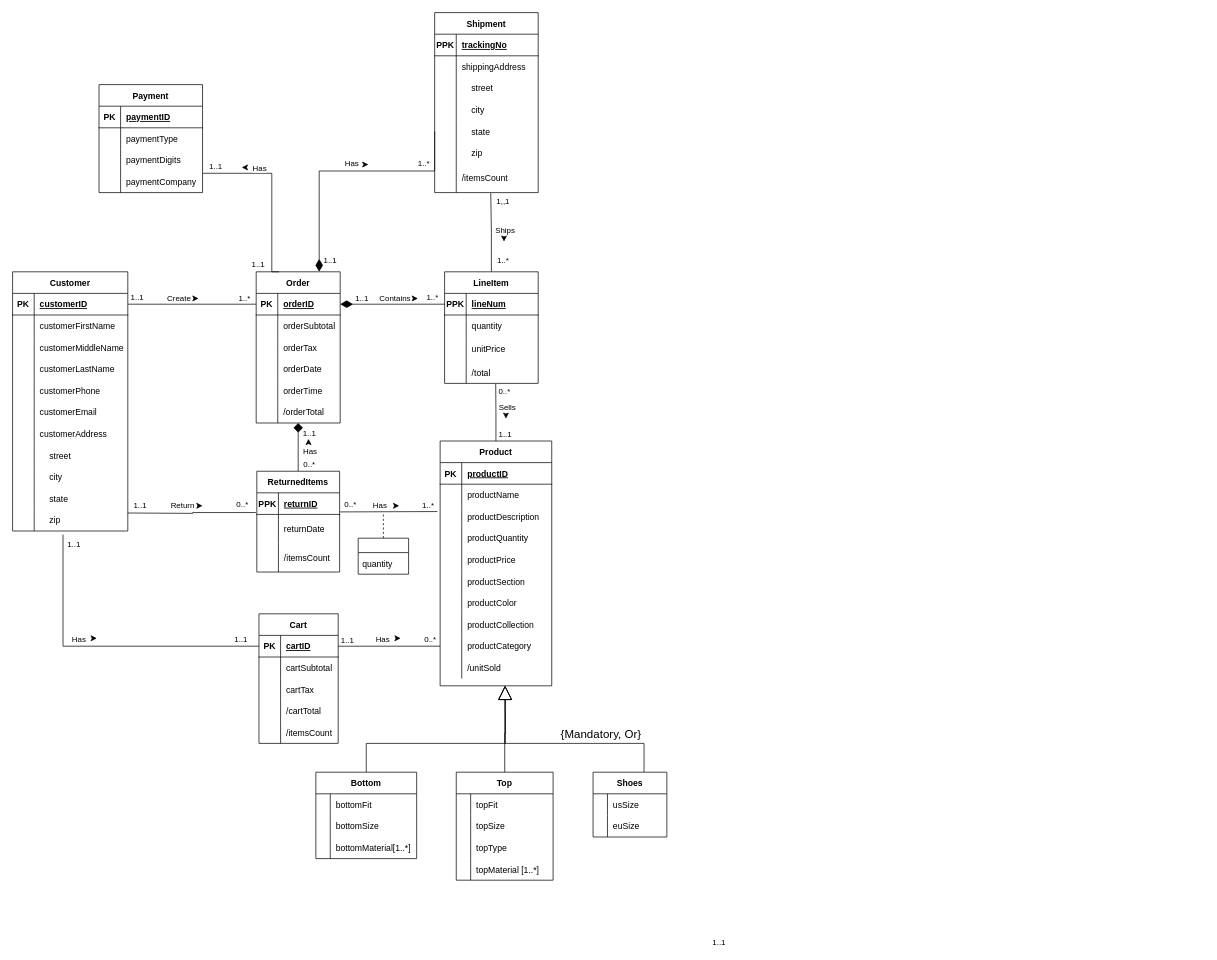
Earlier version of the draw.io diagram ERD/test.drawio (avivfaraj/INFO605-Project). Source tidied: cells renumbered, new cells numbered last; positions are measured from the earlier drawing's top-left corner, leaving out a move shared by most shapes. Both pictures are drawn from the tidied source at 72%, with x=0, y=0 at pixel (12, 12).
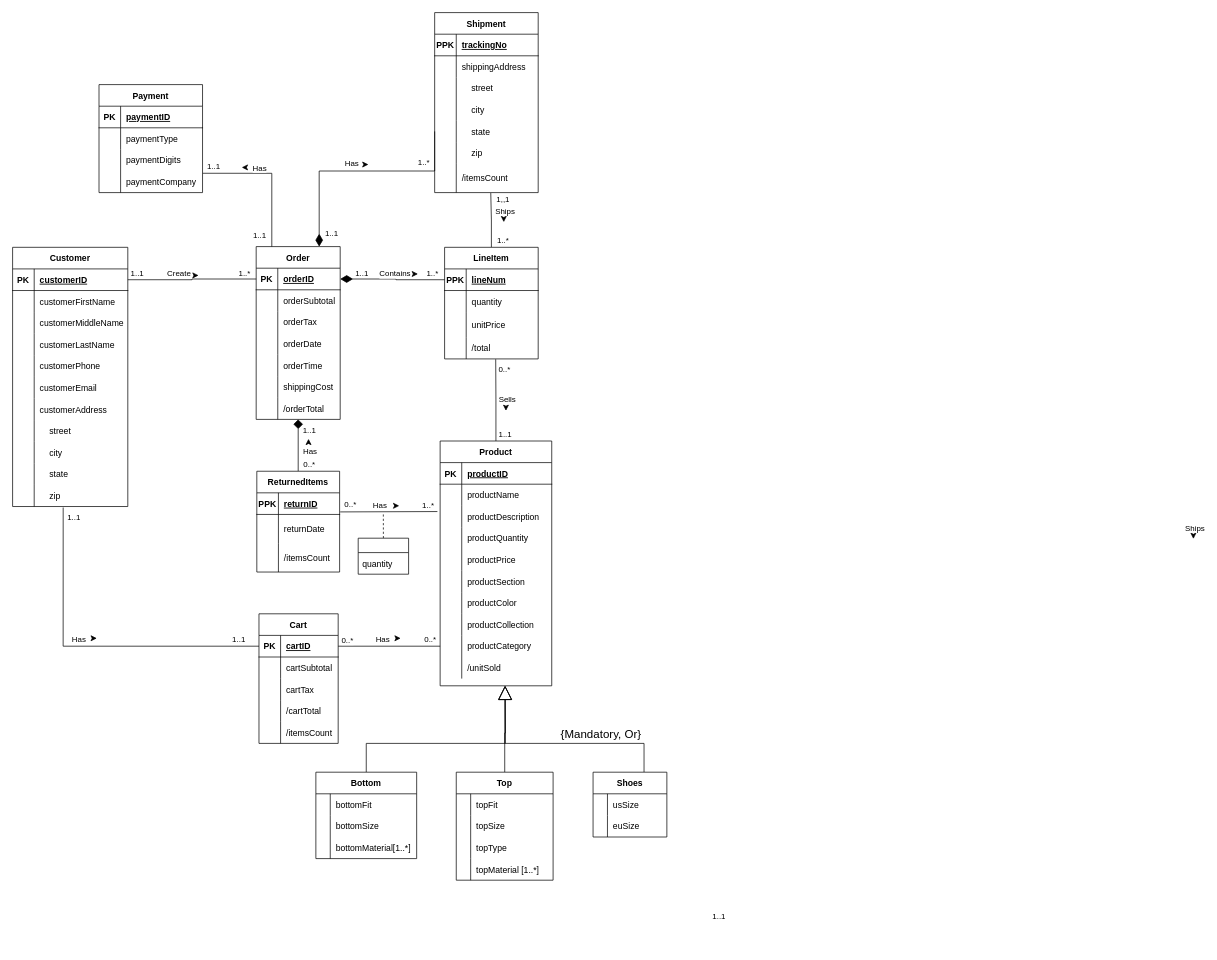
The same diagram, later.

The change refers to these unchanged cells:
```xml
<mxCell id="100" style="shape=tableRow;horizontal=0;startSize=0;swimlaneHead=0;swimlaneBody=0;fillColor=none;points=[[0,0.5],[1,0.5]];portConstraint=eastwest;top=0;left=0;right=0;bottom=0;" parent="69" vertex="1">
  <mxGeometry y="330" width="160" height="30" as="geometry" />
</mxCell>
<mxCell id="103" style="edgeStyle=orthogonalEdgeStyle;rounded=0;jettySize=auto;html=1;exitX=0.75;exitY=0;exitDx=0;exitDy=0;entryX=0;entryY=0.5;entryDx=0;entryDy=0;endArrow=none;endFill=0;startArrow=diamondThin;startFill=1;startSize=15;" parent="1" edge="1" source="106" target="212">
  <mxGeometry relative="1" as="geometry">
    <Array as="points">
      <mxPoint x="426" y="220" />
    </Array>
  </mxGeometry>
</mxCell>
<mxCell id="138" style="shape=tableRow;horizontal=0;startSize=0;swimlaneHead=0;swimlaneBody=0;fillColor=none;points=[[0,0.5],[1,0.5]];portConstraint=eastwest;top=0;left=0;right=0;bottom=0;" parent="128" vertex="1">
  <mxGeometry y="120" width="143.8" height="30" as="geometry" />
</mxCell>
<mxCell id="142" style="shape=tableRow;horizontal=0;startSize=0;swimlaneHead=0;swimlaneBody=0;fillColor=none;points=[[0,0.5],[1,0.5]];portConstraint=eastwest;top=0;left=0;right=0;bottom=1;" parent="141" vertex="1">
  <mxGeometry y="30" width="110" height="30" as="geometry" />
</mxCell>
<mxCell id="192" style="edgeStyle=orthogonalEdgeStyle;rounded=0;jettySize=auto;html=1;exitX=0;exitY=0.5;exitDx=0;exitDy=0;endArrow=none;endFill=0;entryX=1;entryY=0.5;entryDx=0;entryDy=0;" parent="1" edge="1" source="29" target="142">
  <mxGeometry relative="1" as="geometry" />
</mxCell>
<mxCell id="229" style="shape=tableRow;horizontal=0;startSize=0;swimlaneHead=0;swimlaneBody=0;fillColor=none;points=[[0,0.5],[1,0.5]];portConstraint=eastwest;top=0;left=0;right=0;bottom=1;" parent="228" vertex="1">
  <mxGeometry y="30" width="115" height="30" as="geometry" />
</mxCell>
```

The edit, as a diff of the source:
```diff
@@
     <mxCell id="69" value="Customer" style="shape=table;startSize=30;childLayout=tableLayout;rowLines=0;fontStyle=1;align=center;" parent="1" vertex="1">
-      <mxGeometry y="360" width="160" height="360" as="geometry" />
+      <mxGeometry y="326" width="160" height="360" as="geometry" />
     </mxCell>
@@
     <mxCell id="104" value="1..1" style="edgeLabel;html=1;align=center;verticalAlign=middle;" parent="103" vertex="1">
       <mxGeometry x="-0.94" relative="1" as="geometry">
-        <mxPoint x="15" y="-6" as="offset" />
+        <mxPoint x="17" y="-9" as="offset" />
       </mxGeometry>
     </mxCell>
@@
     <mxCell id="106" value="Order" style="shape=table;startSize=30;childLayout=tableLayout;rowLines=0;fontStyle=1;align=center;" parent="1" vertex="1">
-      <mxGeometry x="338.3" y="360" width="116.7" height="210" as="geometry" />
+      <mxGeometry x="338.3" y="325" width="116.7" height="240" as="geometry" />
     </mxCell>
@@
+    <mxCell id="253" style="shape=tableRow;horizontal=0;startSize=0;swimlaneHead=0;swimlaneBody=0;fillColor=none;top=0;left=0;right=0;bottom=0;" parent="106" vertex="1">
+      <mxGeometry y="180" width="116.7" height="30" as="geometry" />
+    </mxCell>
+    <mxCell id="254" style="shape=partialRectangle;fillColor=none;top=0;left=0;bottom=0;right=0;overflow=hidden;" parent="253" vertex="1">
+      <mxGeometry width="30" height="30" as="geometry" />
+    </mxCell>
+    <mxCell id="255" value="shippingCost" style="shape=partialRectangle;fillColor=none;top=0;left=0;bottom=0;right=0;align=left;spacingLeft=6;overflow=hidden;" parent="253" vertex="1">
+      <mxGeometry x="30" width="86.7" height="30" as="geometry" />
+    </mxCell>
     <mxCell id="122" style="shape=tableRow;horizontal=0;startSize=0;swimlaneHead=0;swimlaneBody=0;fillColor=none;top=0;left=0;right=0;bottom=0;" parent="106" vertex="1">
-      <mxGeometry y="180" width="116.7" height="30" as="geometry" />
+      <mxGeometry y="210" width="116.7" height="30" as="geometry" />
     </mxCell>
@@
     <mxCell id="125" style="edgeStyle=orthogonalEdgeStyle;rounded=0;jettySize=auto;html=1;exitX=1.003;exitY=0.105;exitDx=0;exitDy=0;startArrow=none;startFill=0;endArrow=none;endFill=0;startSize=15;endSize=6;targetPerimeterSpacing=0;exitPerimeter=0;" parent="1" edge="1" source="138">
       <mxGeometry relative="1" as="geometry">
-        <mxPoint x="370" y="360" as="targetPoint" />
+        <mxPoint x="360" y="325" as="targetPoint" />
         <Array as="points">
           <mxPoint x="360" y="223" />
-          <mxPoint x="360" y="360" />
         </Array>
       </mxGeometry>
     </mxCell>
     <mxCell id="126" value="1..1" style="edgeLabel;html=1;align=center;verticalAlign=middle;" parent="125" vertex="1">
       <mxGeometry x="0.79" relative="1" as="geometry">
-        <mxPoint x="-20" y="5" as="offset" />
+        <mxPoint x="-18" y="4" as="offset" />
       </mxGeometry>
     </mxCell>
@@
     <mxCell id="160" value="LineItem" style="shape=table;startSize=30;childLayout=tableLayout;rowLines=0;fontStyle=1;align=center;" parent="1" vertex="1">
-      <mxGeometry x="600" y="360" width="130" height="155" as="geometry" />
+      <mxGeometry x="600" y="326" width="130" height="155" as="geometry" />
     </mxCell>
@@
     <mxCell id="176" style="endArrow=classic;html=1;rounded=0;" parent="1" edge="1">
       <mxGeometry relative="1" as="geometry">
-        <mxPoint x="251.3" y="397" as="sourcePoint" />
-        <mxPoint x="258.3" y="397" as="targetPoint" />
+        <mxPoint x="251.3" y="365" as="sourcePoint" />
+        <mxPoint x="258.3" y="365" as="targetPoint" />
       </mxGeometry>
     </mxCell>
     <mxCell id="177" value="Create" style="edgeLabel;html=1;align=center;verticalAlign=middle;" parent="176" vertex="1">
       <mxGeometry x="-0.56" y="1" relative="1" as="geometry">
-        <mxPoint x="-23" as="offset" />
+        <mxPoint x="-23" y="-2" as="offset" />
       </mxGeometry>
     </mxCell>
@@
     <mxCell id="181" style="endArrow=classic;html=1;rounded=0;" parent="1" edge="1">
       <mxGeometry relative="1" as="geometry">
-        <mxPoint x="556" y="397" as="sourcePoint" />
-        <mxPoint x="563" y="397" as="targetPoint" />
+        <mxPoint x="556" y="363" as="sourcePoint" />
+        <mxPoint x="563" y="363" as="targetPoint" />
       </mxGeometry>
     </mxCell>
@@
     <mxCell id="184" style="endArrow=classic;html=1;rounded=0;" parent="1" edge="1">
       <mxGeometry relative="1" as="geometry">
-        <mxPoint x="685.2" y="558" as="sourcePoint" />
-        <mxPoint x="685.2" y="564" as="targetPoint" />
+        <mxPoint x="685.2" y="547" as="sourcePoint" />
+        <mxPoint x="685.2" y="553" as="targetPoint" />
       </mxGeometry>
     </mxCell>
@@
-    <mxCell id="188" style="endArrow=none;html=1;rounded=0;exitX=0.5;exitY=1.133;exitDx=0;exitDy=0;exitPerimeter=0;entryX=0;entryY=0.5;entryDx=0;entryDy=0;edgeStyle=orthogonalEdgeStyle;" parent="1" edge="1" target="142">
+    <mxCell id="188" style="endArrow=none;html=1;rounded=0;exitX=0.439;exitY=1.046;exitDx=0;exitDy=0;exitPerimeter=0;entryX=0;entryY=0.5;entryDx=0;entryDy=0;edgeStyle=orthogonalEdgeStyle;" parent="1" edge="1" source="100" target="142">
       <mxGeometry relative="1" as="geometry">
-        <mxPoint x="70" y="725" as="sourcePoint" />
         <Array as="points">
           <mxPoint x="70" y="880" />
         </Array>
       </mxGeometry>
     </mxCell>
@@
     <mxCell id="191" value="1..1" style="edgeLabel;html=1;align=center;verticalAlign=middle;" parent="188" vertex="1">
       <mxGeometry x="-0.93" relative="1" as="geometry">
-        <mxPoint x="14" y="-2" as="offset" />
+        <mxPoint x="14" y="-3" as="offset" />
       </mxGeometry>
     </mxCell>
@@
-    <mxCell id="193" value="1..1" style="edgeLabel;html=1;align=center;verticalAlign=middle;rotation=0;" parent="192" vertex="1">
+    <mxCell id="193" value="0..*" style="edgeLabel;html=1;align=center;verticalAlign=middle;rotation=0;" parent="192" vertex="1">
       <mxGeometry x="0.94" y="-3" relative="1" as="geometry">
         <mxPoint x="8" y="-6" as="offset" />
       </mxGeometry>
     </mxCell>
@@
     <mxCell id="223" style="endArrow=classic;html=1;rounded=0;" parent="1" edge="1">
       <mxGeometry relative="1" as="geometry">
-        <mxPoint x="682.5" y="312" as="sourcePoint" />
-        <mxPoint x="682.5" y="318" as="targetPoint" />
+        <mxPoint x="1640" y="725" as="sourcePoint" />
+        <mxPoint x="1640" y="731" as="targetPoint" />
       </mxGeometry>
     </mxCell>
@@
-    <mxCell id="238" style="edgeStyle=orthogonalEdgeStyle;rounded=0;jettySize=auto;html=1;entryX=-0.011;entryY=0.913;entryDx=0;entryDy=0;entryPerimeter=0;startArrow=none;startFill=0;endArrow=none;endFill=0;startSize=15;strokeWidth=1;" parent="1" edge="1" target="229">
-      <mxGeometry relative="1" as="geometry">
-        <mxPoint x="160" y="695" as="sourcePoint" />
-      </mxGeometry>
-    </mxCell>
-    <mxCell id="239" value="1..1" style="edgeLabel;html=1;align=center;verticalAlign=middle;" parent="238" vertex="1">
-      <mxGeometry x="-0.89" y="1" relative="1" as="geometry">
-        <mxPoint x="6" y="-10" as="offset" />
-      </mxGeometry>
-    </mxCell>
-    <mxCell id="240" value="0..*" style="edgeLabel;html=1;align=center;verticalAlign=middle;" parent="238" vertex="1">
-      <mxGeometry x="0.77" y="-2" relative="1" as="geometry">
-        <mxPoint x="2" y="-14" as="offset" />
-      </mxGeometry>
-    </mxCell>
-    <mxCell id="241" style="endArrow=classic;html=1;rounded=0;" parent="1" edge="1">
-      <mxGeometry relative="1" as="geometry">
-        <mxPoint x="256.8" y="685" as="sourcePoint" />
-        <mxPoint x="263.8" y="685" as="targetPoint" />
-      </mxGeometry>
-    </mxCell>
-    <mxCell id="242" value="Return" style="edgeLabel;html=1;align=center;verticalAlign=middle;" parent="241" vertex="1">
-      <mxGeometry x="-0.56" y="1" relative="1" as="geometry">
-        <mxPoint x="-23" as="offset" />
-      </mxGeometry>
-    </mxCell>
@@
+    <mxCell id="256" style="endArrow=classic;html=1;rounded=0;" parent="1" edge="1">
+      <mxGeometry relative="1" as="geometry">
+        <mxPoint x="682.2" y="285" as="sourcePoint" />
+        <mxPoint x="682.2" y="291" as="targetPoint" />
+      </mxGeometry>
+    </mxCell>
+    <mxCell id="257" value="Ships" style="edgeLabel;html=1;align=center;verticalAlign=middle;" parent="256" vertex="1">
+      <mxGeometry x="-0.56" y="1" relative="1" as="geometry">
+        <mxPoint y="-11" as="offset" />
+      </mxGeometry>
+    </mxCell>
```
